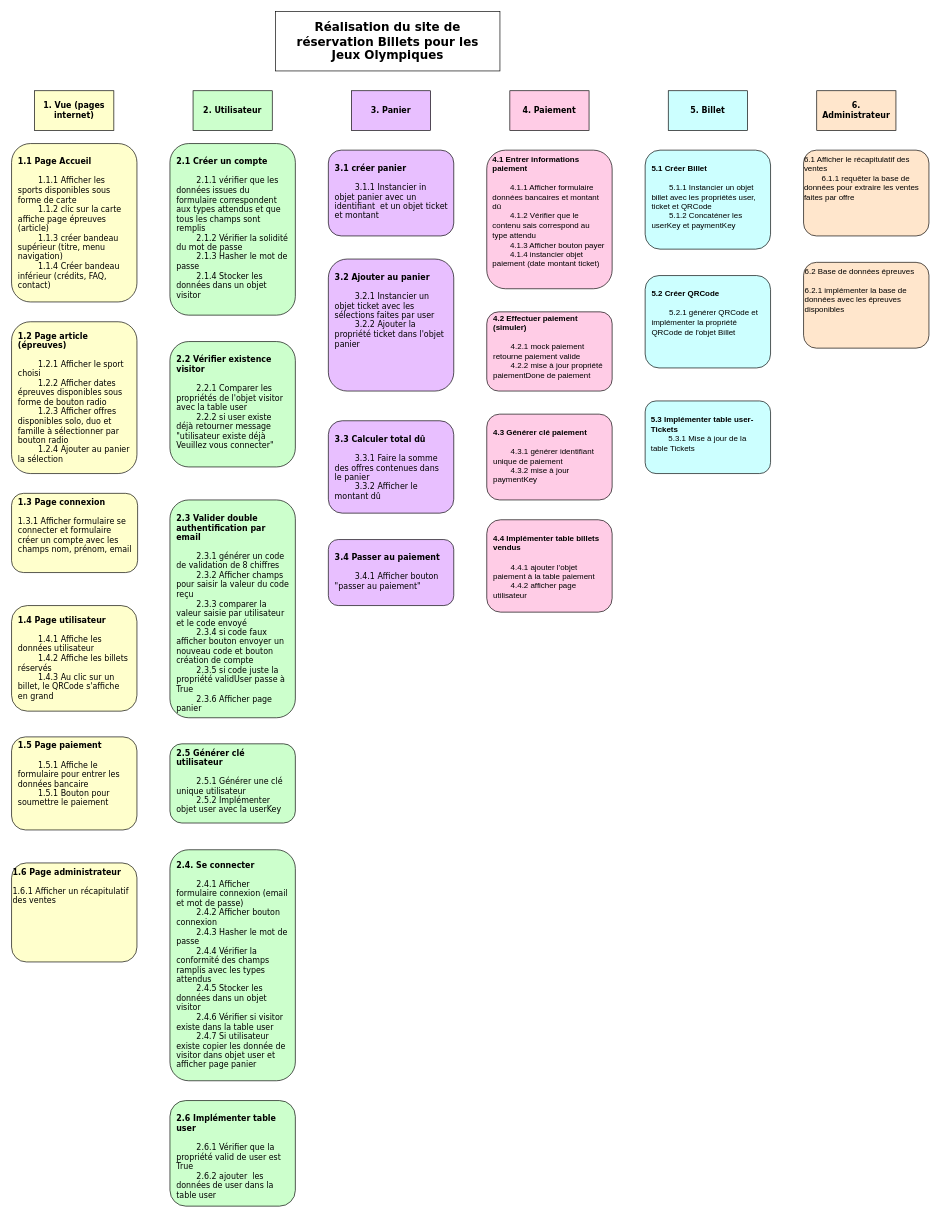
Earlier version of the draw.io diagram WBSJeux Olympiques .drawio (mariannemnrt/ProjetReservationBilletJO). Source tidied: cells renumbered, new cells numbered last; positions are measured from the earlier drawing's top-left corner, leaving out a move shared by most shapes. Both pictures are drawn from the tidied source at 66%, with x=0, y=0 at pixel (11, 11).
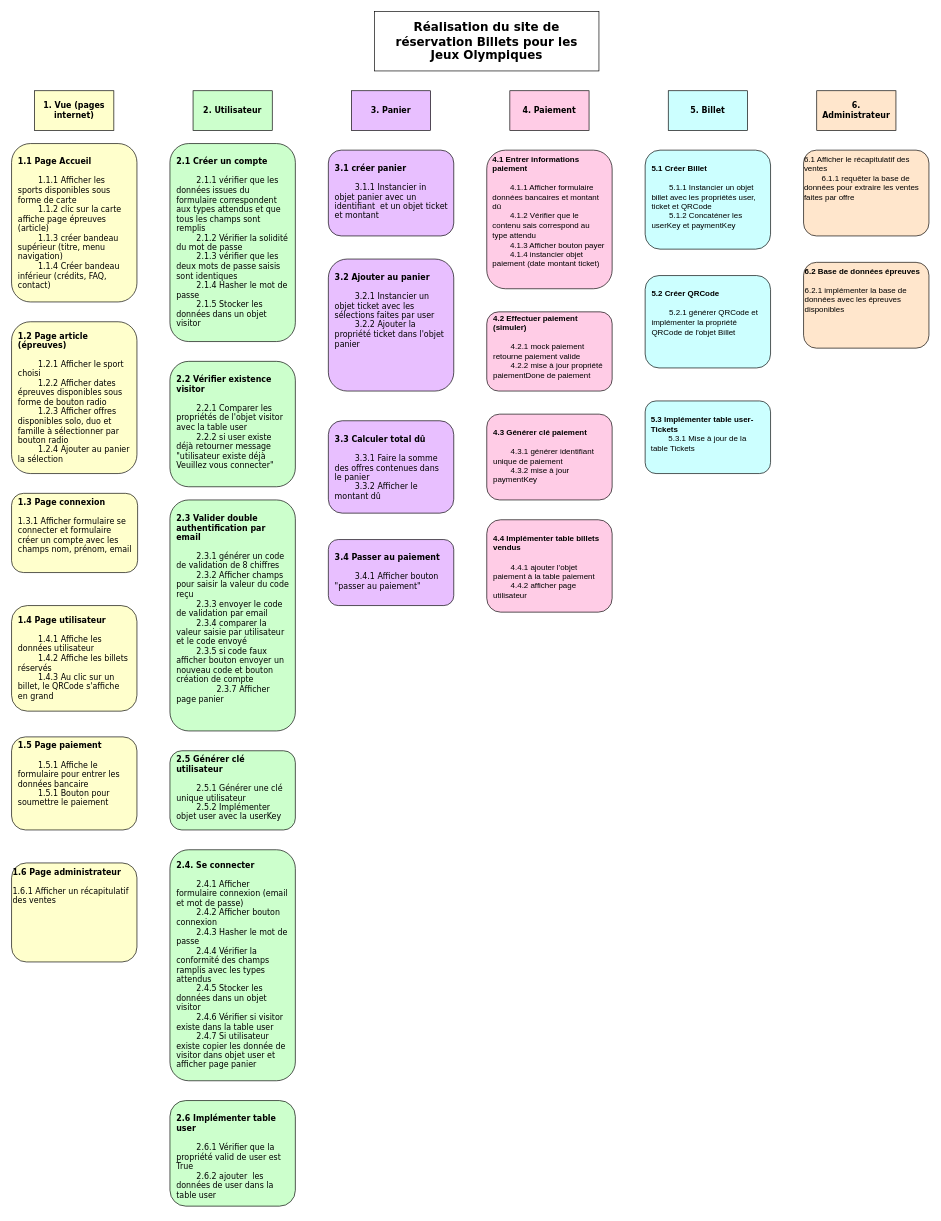
The same page after the edit.

Commit message:
Mettre à jour WBSJeux Olympiques .drawio

What changed in the source:
```diff
@@
     <mxCell id="2" value="&lt;b&gt;&lt;font style=&quot;font-size: 18px;&quot;&gt;Réalisation du site de réservation Billets pour les Jeux Olympiques &lt;/font&gt;&lt;/b&gt;" style="rounded=0;whiteSpace=wrap;html=1;align=center;verticalAlign=middle;fontSize=14;fontFamily=Verdana;spacingLeft=8;spacingRight=8;" parent="1" vertex="1">
-      <mxGeometry x="400" width="340" height="90" as="geometry" />
+      <mxGeometry x="550" width="340" height="90" as="geometry" />
     </mxCell>
@@
-    <mxCell id="13" value="&lt;div&gt;&lt;br&gt;&lt;/div&gt;&lt;div&gt;&lt;b&gt;2.1 Créer un compte&lt;/b&gt;&lt;/div&gt;&lt;div&gt;&lt;br&gt;&lt;/div&gt;&lt;div&gt;&lt;span style=&quot;white-space: pre;&quot;&gt;&#9;&lt;/span&gt;2.1.1 vérifier que les données issues du formulaire correspondent aux types attendus et que tous les champs sont remplis&lt;br&gt;&lt;/div&gt;&lt;div&gt;&lt;span style=&quot;white-space: pre;&quot;&gt;&#9;&lt;/span&gt;2.1.2 Vérifier la solidité du mot de passe &lt;br&gt;&lt;/div&gt;&lt;div&gt;&lt;span style=&quot;white-space: pre;&quot;&gt;&#9;&lt;/span&gt;2.1.3 Hasher le mot de passe &lt;br&gt;&lt;/div&gt;&lt;div&gt;&lt;span style=&quot;white-space: pre;&quot;&gt;&#9;&lt;/span&gt;2.1.4 Stocker les données dans un objet visitor&lt;/div&gt;&lt;div&gt;&amp;nbsp;&lt;br&gt; &lt;/div&gt;" style="rounded=1;html=1;align=left;fontFamily=Verdana;spacingLeft=8;spacingRight=8;verticalAlign=top;whiteSpace=wrap;fillColor=#CCFFCC;" parent="1" vertex="1">
-      <mxGeometry x="240" y="200" width="190" height="260" as="geometry" />
+    <mxCell id="13" value="&lt;div&gt;&lt;br&gt;&lt;/div&gt;&lt;div&gt;&lt;b&gt;2.1 Créer un compte&lt;/b&gt;&lt;/div&gt;&lt;div&gt;&lt;br&gt;&lt;/div&gt;&lt;div&gt;&lt;span style=&quot;white-space: pre;&quot;&gt;&#9;&lt;/span&gt;2.1.1 vérifier que les données issues du formulaire correspondent aux types attendus et que tous les champs sont remplis&lt;br&gt;&lt;/div&gt;&lt;div&gt;&lt;span style=&quot;white-space: pre;&quot;&gt;&#9;&lt;/span&gt;2.1.2 Vérifier la solidité du mot de passe&lt;/div&gt;&lt;div&gt;&lt;span style=&quot;white-space: pre;&quot;&gt;&#9;&lt;/span&gt;2.1.3 vérifier que les deux mots de passe saisis sont identiques&amp;nbsp; &lt;br&gt;&lt;/div&gt;&lt;div&gt;&lt;span style=&quot;white-space: pre;&quot;&gt;&#9;&lt;/span&gt;2.1.4 Hasher le mot de passe &lt;br&gt;&lt;/div&gt;&lt;div&gt;&lt;span style=&quot;white-space: pre;&quot;&gt;&#9;&lt;/span&gt;2.1.5 Stocker les données dans un objet visitor&lt;/div&gt;&lt;div&gt;&amp;nbsp;&lt;br&gt; &lt;/div&gt;" style="rounded=1;html=1;align=left;fontFamily=Verdana;spacingLeft=8;spacingRight=8;verticalAlign=top;whiteSpace=wrap;fillColor=#CCFFCC;" parent="1" vertex="1">
+      <mxGeometry x="240" y="200" width="190" height="300" as="geometry" />
     </mxCell>
     <mxCell id="14" value="&lt;div&gt;&lt;br&gt;&lt;/div&gt;&lt;div&gt;&lt;b&gt;2.2 Vérifier existence visitor&lt;/b&gt;&lt;br&gt;&lt;/div&gt;&lt;div&gt;&lt;br&gt;&lt;/div&gt;&lt;div&gt;&lt;span style=&quot;white-space: pre;&quot;&gt;&#9;&lt;/span&gt;2.2.1 Comparer les propriétés de l'objet visitor avec la table user&lt;/div&gt;&lt;div&gt;&lt;span style=&quot;white-space: pre;&quot;&gt;&#9;&lt;/span&gt;2.2.2 si user existe déjà retourner message &quot;utilisateur existe déjà Veuillez vous connecter&quot;&lt;/div&gt;&lt;div&gt;&lt;br&gt;&lt;/div&gt;&lt;div&gt;&lt;br&gt;&lt;/div&gt;" style="rounded=1;whiteSpace=wrap;html=1;align=left;fontFamily=Verdana;spacingLeft=8;spacingRight=8;verticalAlign=top;fillColor=#CCFFCC;" parent="1" vertex="1">
-      <mxGeometry x="240" y="500" width="190" height="190" as="geometry" />
+      <mxGeometry x="240" y="530" width="190" height="190" as="geometry" />
     </mxCell>
-    <mxCell id="15" value="&lt;div&gt;&lt;br&gt;&lt;/div&gt;&lt;div&gt;&lt;b&gt;2.3 Valider double authentification par email&lt;/b&gt;&lt;/div&gt;&lt;div&gt;&lt;br&gt;&lt;/div&gt;&lt;div&gt;&lt;span style=&quot;white-space: pre;&quot;&gt;&#9;&lt;/span&gt;2.3.1 générer un code de validation de 8 chiffres &lt;br&gt;&lt;/div&gt;&lt;div&gt;&lt;span style=&quot;white-space: pre;&quot;&gt;&#9;&lt;/span&gt;2.3.2 Afficher champs pour saisir la valeur du code reçu &lt;br&gt;&lt;/div&gt;&lt;div&gt;&lt;span style=&quot;white-space: pre;&quot;&gt;&#9;&lt;/span&gt;2.3.3 comparer la valeur saisie par utilisateur et le code envoyé &lt;br&gt;&lt;/div&gt;&lt;div&gt;&lt;span style=&quot;white-space: pre;&quot;&gt;&#9;&lt;/span&gt;2.3.4 si code faux afficher bouton envoyer un nouveau code et bouton création de compte&lt;/div&gt;&lt;div&gt;&lt;span style=&quot;white-space: pre;&quot;&gt;&#9;&lt;/span&gt;2.3.5 si code juste la propriété validUser passe à True&lt;/div&gt;&lt;div&gt;&lt;span style=&quot;white-space: pre;&quot;&gt;&#9;&lt;/span&gt;2.3.6 Afficher page panier &lt;br&gt;&lt;/div&gt;" style="rounded=1;whiteSpace=wrap;html=1;align=left;fontFamily=Verdana;spacingLeft=8;spacingRight=8;verticalAlign=top;fillColor=#CCFFCC;" parent="1" vertex="1">
-      <mxGeometry x="240" y="740" width="190" height="330" as="geometry" />
+    <mxCell id="15" value="&lt;div&gt;&lt;br&gt;&lt;/div&gt;&lt;div&gt;&lt;b&gt;2.3 Valider double authentification par email&lt;/b&gt;&lt;/div&gt;&lt;div&gt;&lt;br&gt;&lt;/div&gt;&lt;div&gt;&lt;span style=&quot;white-space: pre;&quot;&gt;&#9;&lt;/span&gt;2.3.1 générer un code de validation de 8 chiffres &lt;br&gt;&lt;/div&gt;&lt;div&gt;&lt;span style=&quot;white-space: pre;&quot;&gt;&#9;&lt;/span&gt;2.3.2 Afficher champs pour saisir la valeur du code reçu &lt;br&gt;&lt;/div&gt;&lt;div&gt;&lt;span style=&quot;white-space: pre;&quot;&gt;&#9;&lt;/span&gt;2.3.3 envoyer le code de validation par email&lt;/div&gt;&lt;div&gt;&lt;span style=&quot;white-space: pre;&quot;&gt;&#9;&lt;/span&gt;2.3.4 comparer la valeur saisie par utilisateur et le code envoyé &lt;br&gt;&lt;/div&gt;&lt;div&gt;&lt;span style=&quot;white-space: pre;&quot;&gt;&#9;&lt;/span&gt;2.3.5 si code faux afficher bouton envoyer un nouveau code et bouton création de compte&lt;/div&gt;&lt;div&gt;&lt;span style=&quot;white-space: pre;&quot;&gt;&#9;&#9;&lt;/span&gt;2.3.7 Afficher page panier &lt;br&gt;&lt;/div&gt;" style="rounded=1;whiteSpace=wrap;html=1;align=left;fontFamily=Verdana;spacingLeft=8;spacingRight=8;verticalAlign=top;fillColor=#CCFFCC;" parent="1" vertex="1">
+      <mxGeometry x="240" y="740" width="190" height="350" as="geometry" />
     </mxCell>
@@
     <mxCell id="17" value="&lt;div&gt;&lt;b&gt;2.5 Générer clé utilisateur&lt;/b&gt;&lt;/div&gt;&lt;div&gt;&lt;br&gt;&lt;/div&gt;&lt;div&gt;&lt;span style=&quot;white-space: pre;&quot;&gt;&#9;&lt;/span&gt;2.5.1 Générer une clé unique utilisateur&lt;/div&gt;&lt;div&gt;&lt;span style=&quot;white-space: pre;&quot;&gt;&#9;&lt;/span&gt;2.5.2 Implémenter objet user avec la userKey&lt;br&gt; &lt;/div&gt;" style="rounded=1;whiteSpace=wrap;html=1;align=left;fontFamily=Verdana;spacingLeft=8;spacingRight=8;verticalAlign=top;fillColor=#CCFFCC;" parent="1" vertex="1">
-      <mxGeometry x="240" y="1109.5" width="190" height="120" as="geometry" />
+      <mxGeometry x="240" y="1120" width="190" height="120" as="geometry" />
     </mxCell>
@@
-    <mxCell id="33" value="&lt;div&gt;6.2 Base de données épreuves &lt;br&gt;&lt;/div&gt;&lt;div&gt;&lt;br&gt;&lt;/div&gt;&lt;div&gt;6.2.1 implémenter la base de données avec les épreuves disponibles &lt;br&gt;&lt;/div&gt;" style="rounded=1;whiteSpace=wrap;html=1;verticalAlign=top;align=left;fillColor=#FFE6CC;" parent="1" vertex="1">
+    <mxCell id="33" value="&lt;div&gt;&lt;b&gt;6.2 Base de données épreuves &lt;/b&gt;&lt;br&gt;&lt;/div&gt;&lt;div&gt;&lt;br&gt;&lt;/div&gt;&lt;div&gt;6.2.1 implémenter la base de données avec les épreuves disponibles &lt;br&gt;&lt;/div&gt;" style="rounded=1;whiteSpace=wrap;html=1;verticalAlign=top;align=left;fillColor=#FFE6CC;" parent="1" vertex="1">
       <mxGeometry x="1200" y="380" width="190" height="130" as="geometry" />
     </mxCell>
```
